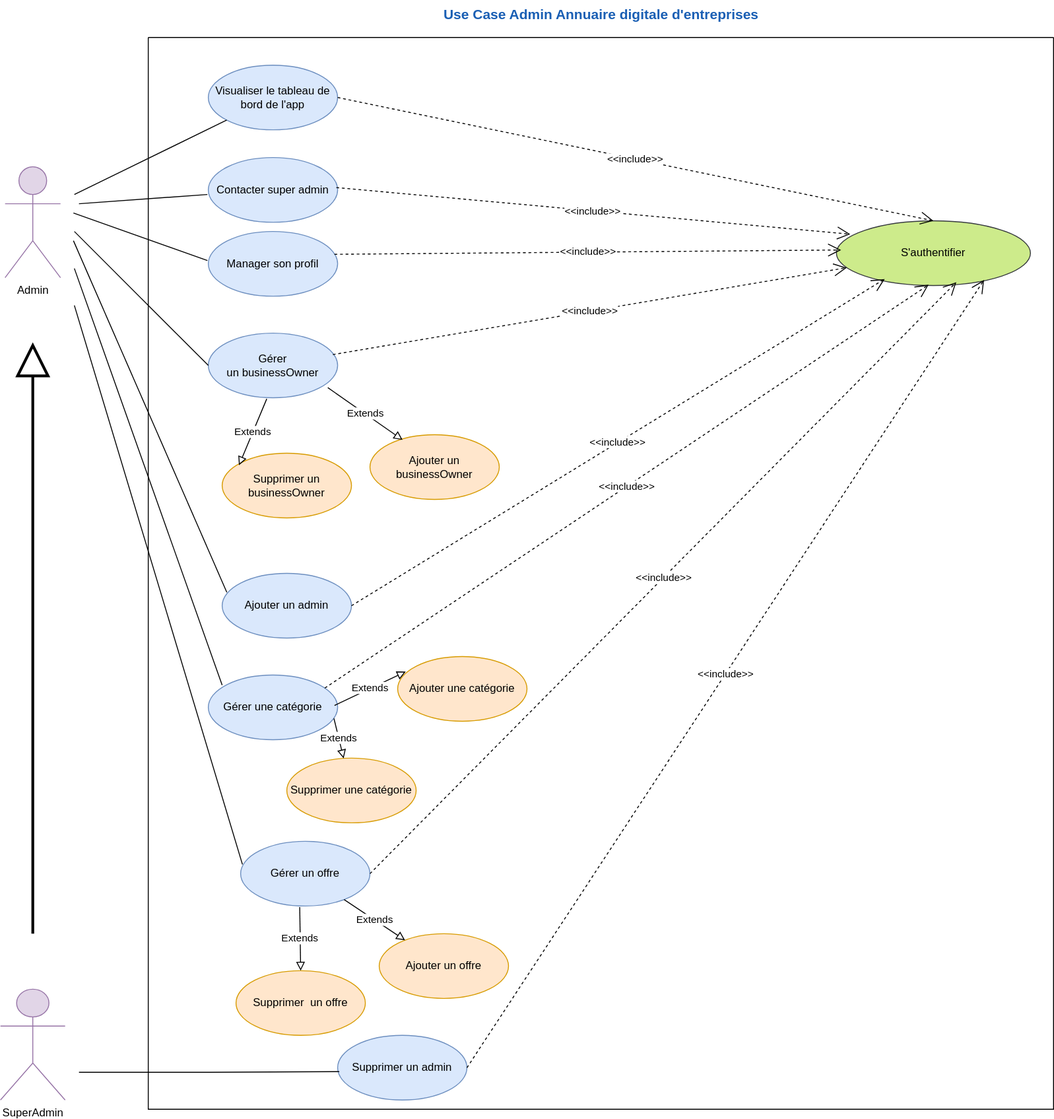
Above: 4. UseCase_Admin.drawio.svg in amine-elarass49/angular_doc (draw.io), before the change. Source tidied: cells renumbered, new cells last; positions are measured from the earlier drawing's top-left corner, leaving out a move shared by most shapes.
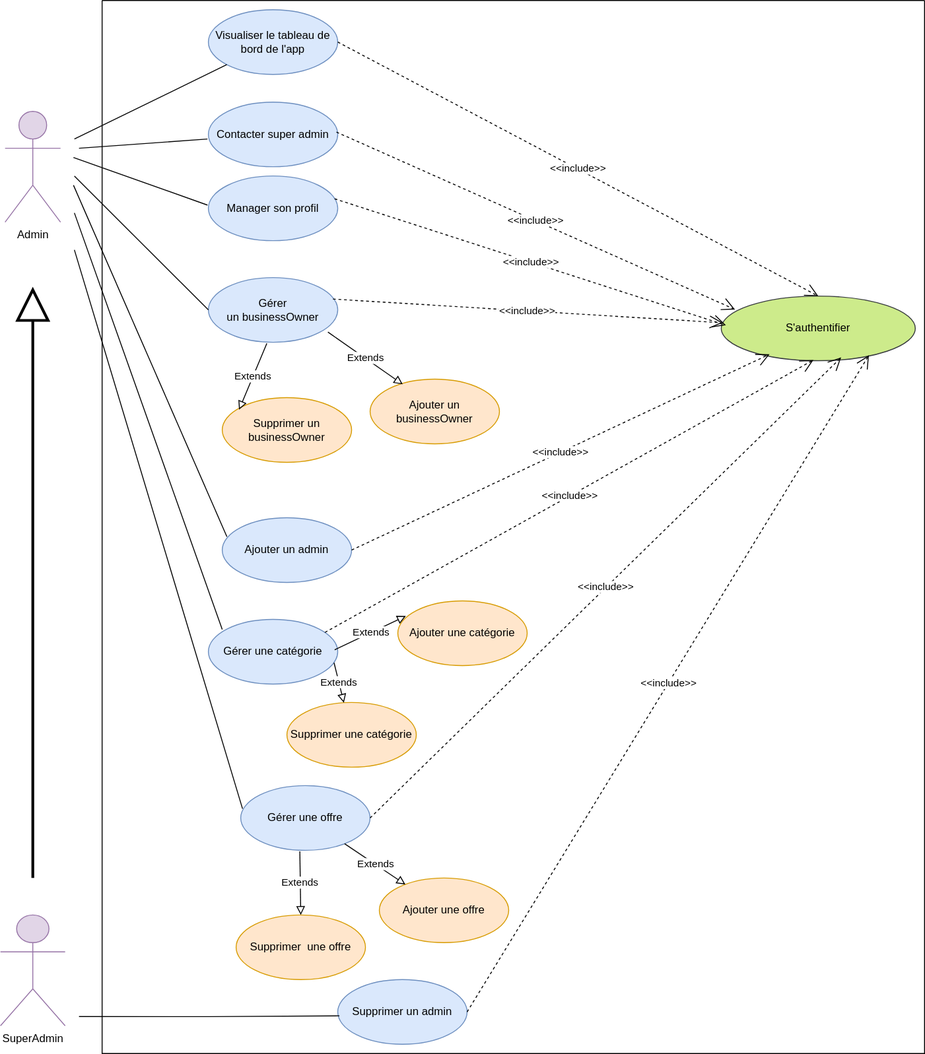
Above is the later version.

Diff of the diagram source:
```diff
@@ -3,103 +3,88 @@
     <mxCell id="0" />
     <mxCell id="1" parent="0" />
     <mxCell id="2" style="swimlane;startSize=0;" parent="1" vertex="1">
-      <mxGeometry x="160" y="40" width="980" height="1160" as="geometry" />
+      <mxGeometry x="160" y="40" width="890" height="1140" as="geometry" />
     </mxCell>
-    <mxCell id="3" value="S'authentifier" style="ellipse;whiteSpace=wrap;html=1;fillColor=#cdeb8b;strokeColor=#36393d;" parent="2" vertex="1">
-      <mxGeometry x="745" y="198.4" width="210" height="70" as="geometry" />
-    </mxCell>
     <mxCell id="4" value="Visualiser le tableau de bord de l'app" style="ellipse;whiteSpace=wrap;html=1;fillColor=#dae8fc;strokeColor=#6c8ebf;" parent="2" vertex="1">
-      <mxGeometry x="65" y="30" width="140" height="70" as="geometry" />
+      <mxGeometry x="115" y="10" width="140" height="70" as="geometry" />
     </mxCell>
     <mxCell id="5" style="endArrow=none;html=1;rounded=0;" parent="2" edge="1" target="4">
       <mxGeometry relative="1" as="geometry">
-        <mxPoint x="-80" y="170" as="sourcePoint" />
+        <mxPoint x="-30" y="150" as="sourcePoint" />
       </mxGeometry>
     </mxCell>
     <mxCell id="6" value="Supprimer un admin" style="ellipse;whiteSpace=wrap;html=1;fillColor=#dae8fc;strokeColor=#6c8ebf;" parent="2" vertex="1">
-      <mxGeometry x="205" y="1080" width="140" height="70" as="geometry" />
+      <mxGeometry x="255" y="1060" width="140" height="70" as="geometry" />
     </mxCell>
     <mxCell id="7" value="Contacter super admin" style="ellipse;whiteSpace=wrap;html=1;fillColor=#dae8fc;strokeColor=#6c8ebf;" parent="2" vertex="1">
-      <mxGeometry x="65" y="130" width="140" height="70" as="geometry" />
+      <mxGeometry x="115" y="110" width="140" height="70" as="geometry" />
     </mxCell>
     <mxCell id="8" style="endArrow=none;html=1;rounded=0;entryX=-0.007;entryY=0.571;entryDx=0;entryDy=0;entryPerimeter=0;" parent="2" edge="1" target="7">
       <mxGeometry relative="1" as="geometry">
-        <mxPoint x="-75" y="180" as="sourcePoint" />
+        <mxPoint x="-25" y="160" as="sourcePoint" />
       </mxGeometry>
     </mxCell>
     <mxCell id="9" value="Ajouter une catégorie" style="ellipse;whiteSpace=wrap;html=1;fillColor=#ffe6cc;strokeColor=#d79b00;" parent="2" vertex="1">
-      <mxGeometry x="270" y="670" width="140" height="70" as="geometry" />
+      <mxGeometry x="320" y="650" width="140" height="70" as="geometry" />
     </mxCell>
     <mxCell id="10" value="Manager son profil" style="ellipse;whiteSpace=wrap;html=1;fillColor=#dae8fc;strokeColor=#6c8ebf;" parent="2" vertex="1">
-      <mxGeometry x="65" y="210" width="140" height="70" as="geometry" />
+      <mxGeometry x="115" y="190" width="140" height="70" as="geometry" />
     </mxCell>
     <mxCell id="11" value="Ajouter un businessOwner" style="ellipse;whiteSpace=wrap;html=1;fillColor=#ffe6cc;strokeColor=#d79b00;" parent="2" vertex="1">
-      <mxGeometry x="240" y="430" width="140" height="70" as="geometry" />
+      <mxGeometry x="290" y="410" width="140" height="70" as="geometry" />
     </mxCell>
     <mxCell id="12" value="Supprimer un businessOwner" style="ellipse;whiteSpace=wrap;html=1;fillColor=#ffe6cc;strokeColor=#d79b00;" parent="2" vertex="1">
-      <mxGeometry x="80" y="450" width="140" height="70" as="geometry" />
+      <mxGeometry x="130" y="430" width="140" height="70" as="geometry" />
     </mxCell>
     <mxCell id="13" value="Ajouter un admin" style="ellipse;whiteSpace=wrap;html=1;fillColor=#dae8fc;strokeColor=#6c8ebf;" parent="2" vertex="1">
-      <mxGeometry x="80" y="580" width="140" height="70" as="geometry" />
+      <mxGeometry x="130" y="560" width="140" height="70" as="geometry" />
     </mxCell>
     <mxCell id="14" value="Supprimer une catégorie" style="ellipse;whiteSpace=wrap;html=1;fillColor=#ffe6cc;strokeColor=#d79b00;" parent="2" vertex="1">
-      <mxGeometry x="150" y="780" width="140" height="70" as="geometry" />
+      <mxGeometry x="200" y="760" width="140" height="70" as="geometry" />
     </mxCell>
-    <mxCell id="15" value="Gérer un offre" style="ellipse;whiteSpace=wrap;html=1;fillColor=#dae8fc;strokeColor=#6c8ebf;" parent="2" vertex="1">
-      <mxGeometry x="100" y="870" width="140" height="70" as="geometry" />
+    <mxCell id="15" value="Gérer une offre" style="ellipse;whiteSpace=wrap;html=1;fillColor=#dae8fc;strokeColor=#6c8ebf;" parent="2" vertex="1">
+      <mxGeometry x="150" y="850" width="140" height="70" as="geometry" />
     </mxCell>
-    <mxCell id="16" value="Ajouter un offre" style="ellipse;whiteSpace=wrap;html=1;fillColor=#ffe6cc;strokeColor=#d79b00;" parent="2" vertex="1">
-      <mxGeometry x="250" y="970" width="140" height="70" as="geometry" />
+    <mxCell id="16" value="Ajouter une offre" style="ellipse;whiteSpace=wrap;html=1;fillColor=#ffe6cc;strokeColor=#d79b00;" parent="2" vertex="1">
+      <mxGeometry x="300" y="950" width="140" height="70" as="geometry" />
     </mxCell>
-    <mxCell id="17" value="Supprimer&amp;nbsp; un offre" style="ellipse;whiteSpace=wrap;html=1;fillColor=#ffe6cc;strokeColor=#d79b00;" parent="2" vertex="1">
-      <mxGeometry x="95" y="1010" width="140" height="70" as="geometry" />
+    <mxCell id="17" value="Supprimer&amp;nbsp; une offre" style="ellipse;whiteSpace=wrap;html=1;fillColor=#ffe6cc;strokeColor=#d79b00;" parent="2" vertex="1">
+      <mxGeometry x="145" y="990" width="140" height="70" as="geometry" />
     </mxCell>
-    <mxCell id="18" value="&amp;lt;&amp;lt;include&amp;gt;&amp;gt;" style="endArrow=open;endSize=12;dashed=1;html=1;rounded=0;exitX=0.976;exitY=0.353;exitDx=0;exitDy=0;exitPerimeter=0;entryX=0.024;entryY=0.451;entryDx=0;entryDy=0;entryPerimeter=0;" parent="2" edge="1" source="10" target="3">
-      <mxGeometry relative="1" as="geometry" />
-    </mxCell>
-    <mxCell id="19" value="&amp;lt;&amp;lt;include&amp;gt;&amp;gt;" style="endArrow=open;endSize=12;dashed=1;html=1;rounded=0;exitX=1;exitY=0.5;exitDx=0;exitDy=0;entryX=0.5;entryY=0;entryDx=0;entryDy=0;" parent="2" edge="1" source="4" target="3">
-      <mxGeometry relative="1" as="geometry" />
-    </mxCell>
-    <mxCell id="20" value="&amp;lt;&amp;lt;include&amp;gt;&amp;gt;" style="endArrow=open;endSize=12;dashed=1;html=1;rounded=0;exitX=0.99;exitY=0.464;exitDx=0;exitDy=0;exitPerimeter=0;entryX=0.071;entryY=0.207;entryDx=0;entryDy=0;entryPerimeter=0;" parent="2" edge="1" source="7" target="3">
-      <mxGeometry relative="1" as="geometry" />
-    </mxCell>
-    <mxCell id="21" value="SuperAdmin" style="shape=umlActor;verticalLabelPosition=bottom;verticalAlign=top;html=1;fillColor=#e1d5e7;strokeColor=#9673a6;" parent="2" vertex="1">
-      <mxGeometry x="-160" y="1030" width="70" height="120" as="geometry" />
-    </mxCell>
     <mxCell id="22" style="endArrow=block;endFill=0;html=1;rounded=0;strokeWidth=3;jumpSize=4;startSize=21;endSize=30;" parent="2" edge="1">
       <mxGeometry relative="1" as="geometry">
-        <mxPoint x="-125" y="970" as="sourcePoint" />
-        <mxPoint x="-125" y="330" as="targetPoint" />
+        <mxPoint x="-75" y="950" as="sourcePoint" />
+        <mxPoint x="-75" y="310" as="targetPoint" />
       </mxGeometry>
     </mxCell>
     <mxCell id="23" style="endArrow=none;html=1;rounded=0;entryX=-0.007;entryY=0.45;entryDx=0;entryDy=0;entryPerimeter=0;" parent="2" edge="1" target="10">
       <mxGeometry relative="1" as="geometry">
-        <mxPoint x="-81" y="190" as="sourcePoint" />
+        <mxPoint x="-31" y="170" as="sourcePoint" />
       </mxGeometry>
     </mxCell>
     <mxCell id="24" style="endArrow=none;html=1;rounded=0;entryX=0.036;entryY=0.293;entryDx=0;entryDy=0;entryPerimeter=0;" parent="2" edge="1" target="13">
       <mxGeometry relative="1" as="geometry">
-        <mxPoint x="-81" y="220" as="sourcePoint" />
+        <mxPoint x="-31" y="200" as="sourcePoint" />
       </mxGeometry>
     </mxCell>
     <mxCell id="25" style="endArrow=none;html=1;rounded=0;entryX=0.014;entryY=0.357;entryDx=0;entryDy=0;entryPerimeter=0;" parent="2" edge="1" target="15">
       <mxGeometry relative="1" as="geometry">
-        <mxPoint x="-80" y="290" as="sourcePoint" />
+        <mxPoint x="-30" y="270" as="sourcePoint" />
       </mxGeometry>
     </mxCell>
     <mxCell id="26" style="endArrow=none;html=1;edgeStyle=orthogonalEdgeStyle;rounded=0;entryX=0.013;entryY=0.56;entryDx=0;entryDy=0;entryPerimeter=0;" parent="2" edge="1" target="6">
       <mxGeometry relative="1" as="geometry">
-        <mxPoint x="-75" y="1120" as="sourcePoint" />
+        <mxPoint x="-25" y="1100" as="sourcePoint" />
         <Array as="points">
-          <mxPoint x="66" y="1120" />
+          <mxPoint x="116" y="1100" />
         </Array>
       </mxGeometry>
     </mxCell>
     <mxCell id="27" value="Gérer une catégorie" style="ellipse;whiteSpace=wrap;html=1;fillColor=#dae8fc;strokeColor=#6c8ebf;" parent="2" vertex="1">
-      <mxGeometry x="65" y="690" width="140" height="70" as="geometry" />
+      <mxGeometry x="115" y="670" width="140" height="70" as="geometry" />
     </mxCell>
     <mxCell id="28" value="&lt;div&gt;Gérer&lt;/div&gt;&lt;div&gt; un businessOwner&lt;/div&gt;" style="ellipse;whiteSpace=wrap;html=1;fillColor=#dae8fc;strokeColor=#6c8ebf;" parent="2" vertex="1">
-      <mxGeometry x="65" y="320" width="140" height="70" as="geometry" />
+      <mxGeometry x="115" y="300" width="140" height="70" as="geometry" />
     </mxCell>
     <mxCell id="29" value="Extends" style="endArrow=block;endSize=7;endFill=0;html=1;rounded=0;entryX=0.13;entryY=0.186;entryDx=0;entryDy=0;entryPerimeter=0;exitX=0.452;exitY=1.016;exitDx=0;exitDy=0;exitPerimeter=0;" parent="2" edge="1" source="28" target="12">
       <mxGeometry relative="1" as="geometry" />
@@ -109,12 +94,44 @@
     </mxCell>
     <mxCell id="31" value="Extends" style="endArrow=block;endSize=7;endFill=0;html=1;rounded=0;exitX=0.726;exitY=0.971;exitDx=0;exitDy=0;exitPerimeter=0;" parent="2" edge="1" target="14">
       <mxGeometry relative="1" as="geometry">
-        <mxPoint x="201" y="737" as="sourcePoint" />
+        <mxPoint x="251" y="717" as="sourcePoint" />
       </mxGeometry>
     </mxCell>
     <mxCell id="32" value="Extends" style="endArrow=block;endSize=7;endFill=0;html=1;rounded=0;entryX=0.062;entryY=0.233;entryDx=0;entryDy=0;entryPerimeter=0;exitX=0.976;exitY=0.471;exitDx=0;exitDy=0;exitPerimeter=0;" parent="2" edge="1" source="27" target="9">
       <mxGeometry relative="1" as="geometry" />
     </mxCell>
+    <mxCell id="37" style="endArrow=none;html=1;rounded=0;entryX=0.036;entryY=0.293;entryDx=0;entryDy=0;entryPerimeter=0;" parent="2" edge="1">
+      <mxGeometry relative="1" as="geometry">
+        <mxPoint x="-30" y="230" as="sourcePoint" />
+        <mxPoint x="130" y="681" as="targetPoint" />
+      </mxGeometry>
+    </mxCell>
+    <mxCell id="39" value="Extends" style="endArrow=block;endSize=7;endFill=0;html=1;rounded=0;exitX=0.457;exitY=1.017;exitDx=0;exitDy=0;exitPerimeter=0;entryX=0.5;entryY=0;entryDx=0;entryDy=0;" parent="2" edge="1" source="15" target="17">
+      <mxGeometry relative="1" as="geometry" />
+    </mxCell>
+    <mxCell id="40" value="Extends" style="endArrow=block;endSize=7;endFill=0;html=1;rounded=0;" parent="2" edge="1" source="15" target="16">
+      <mxGeometry relative="1" as="geometry" />
+    </mxCell>
+    <mxCell id="41" style="endArrow=none;html=1;rounded=0;entryX=0;entryY=0.5;entryDx=0;entryDy=0;" parent="2" edge="1" target="28">
+      <mxGeometry relative="1" as="geometry">
+        <mxPoint x="-30" y="190" as="sourcePoint" />
+      </mxGeometry>
+    </mxCell>
+    <mxCell id="42" value="Admin" style="shape=umlActor;verticalLabelPosition=bottom;verticalAlign=top;html=1;fillColor=#e1d5e7;strokeColor=#9673a6;" parent="2" vertex="1">
+      <mxGeometry x="-105" y="120" width="60" height="120" as="geometry" />
+    </mxCell>
+    <mxCell id="3" value="S'authentifier" style="ellipse;whiteSpace=wrap;html=1;fillColor=#cdeb8b;strokeColor=#36393d;" parent="2" vertex="1">
+      <mxGeometry x="670" y="320" width="210" height="70" as="geometry" />
+    </mxCell>
+    <mxCell id="18" value="&amp;lt;&amp;lt;include&amp;gt;&amp;gt;" style="endArrow=open;endSize=12;dashed=1;html=1;rounded=0;exitX=0.976;exitY=0.353;exitDx=0;exitDy=0;exitPerimeter=0;entryX=0.024;entryY=0.451;entryDx=0;entryDy=0;entryPerimeter=0;" parent="2" edge="1" source="10" target="3">
+      <mxGeometry relative="1" as="geometry" />
+    </mxCell>
+    <mxCell id="19" value="&amp;lt;&amp;lt;include&amp;gt;&amp;gt;" style="endArrow=open;endSize=12;dashed=1;html=1;rounded=0;exitX=1;exitY=0.5;exitDx=0;exitDy=0;entryX=0.5;entryY=0;entryDx=0;entryDy=0;" parent="2" edge="1" source="4" target="3">
+      <mxGeometry relative="1" as="geometry" />
+    </mxCell>
+    <mxCell id="20" value="&amp;lt;&amp;lt;include&amp;gt;&amp;gt;" style="endArrow=open;endSize=12;dashed=1;html=1;rounded=0;exitX=0.99;exitY=0.464;exitDx=0;exitDy=0;exitPerimeter=0;entryX=0.071;entryY=0.207;entryDx=0;entryDy=0;entryPerimeter=0;" parent="2" edge="1" source="7" target="3">
+      <mxGeometry relative="1" as="geometry" />
+    </mxCell>
     <mxCell id="33" value="&amp;lt;&amp;lt;include&amp;gt;&amp;gt;" style="endArrow=open;endSize=12;dashed=1;html=1;rounded=0;exitX=0.963;exitY=0.332;exitDx=0;exitDy=0;exitPerimeter=0;" parent="2" edge="1" source="28" target="3">
       <mxGeometry relative="1" as="geometry" />
     </mxCell>
@@ -127,31 +144,11 @@
     <mxCell id="36" value="&amp;lt;&amp;lt;include&amp;gt;&amp;gt;" style="endArrow=open;endSize=12;dashed=1;html=1;rounded=0;entryX=0.475;entryY=0.989;entryDx=0;entryDy=0;entryPerimeter=0;exitX=0.901;exitY=0.202;exitDx=0;exitDy=0;exitPerimeter=0;" parent="2" edge="1" source="27" target="3">
       <mxGeometry relative="1" as="geometry" />
     </mxCell>
-    <mxCell id="37" style="endArrow=none;html=1;rounded=0;entryX=0.036;entryY=0.293;entryDx=0;entryDy=0;entryPerimeter=0;" parent="2" edge="1">
-      <mxGeometry relative="1" as="geometry">
-        <mxPoint x="-80" y="250" as="sourcePoint" />
-        <mxPoint x="80" y="701" as="targetPoint" />
-      </mxGeometry>
-    </mxCell>
     <mxCell id="38" value="&amp;lt;&amp;lt;include&amp;gt;&amp;gt;" style="endArrow=open;endSize=12;dashed=1;html=1;rounded=0;entryX=0.618;entryY=0.949;entryDx=0;entryDy=0;entryPerimeter=0;exitX=1;exitY=0.5;exitDx=0;exitDy=0;" parent="2" edge="1" source="15" target="3">
       <mxGeometry relative="1" as="geometry" />
     </mxCell>
-    <mxCell id="39" value="Extends" style="endArrow=block;endSize=7;endFill=0;html=1;rounded=0;exitX=0.457;exitY=1.017;exitDx=0;exitDy=0;exitPerimeter=0;entryX=0.5;entryY=0;entryDx=0;entryDy=0;" parent="2" edge="1" source="15" target="17">
-      <mxGeometry relative="1" as="geometry" />
-    </mxCell>
-    <mxCell id="40" value="Extends" style="endArrow=block;endSize=7;endFill=0;html=1;rounded=0;" parent="2" edge="1" source="15" target="16">
-      <mxGeometry relative="1" as="geometry" />
-    </mxCell>
-    <mxCell id="41" style="endArrow=none;html=1;rounded=0;entryX=0;entryY=0.5;entryDx=0;entryDy=0;" parent="2" edge="1" target="28">
-      <mxGeometry relative="1" as="geometry">
-        <mxPoint x="-80" y="210" as="sourcePoint" />
-      </mxGeometry>
-    </mxCell>
-    <mxCell id="42" value="Admin" style="shape=umlActor;verticalLabelPosition=bottom;verticalAlign=top;html=1;fillColor=#e1d5e7;strokeColor=#9673a6;" parent="2" vertex="1">
-      <mxGeometry x="-155" y="140" width="60" height="120" as="geometry" />
-    </mxCell>
-    <mxCell id="43" value="&lt;b&gt;&lt;font style=&quot;font-size: 15px;&quot; color=&quot;#1a5fb4&quot;&gt;Use Case Admin Annuaire digitale d'entreprises&lt;/font&gt;&lt;/b&gt;" style="text;html=1;align=center;verticalAlign=middle;strokeColor=none;fillColor=none;" parent="1" vertex="1">
-      <mxGeometry x="465" width="370" height="30" as="geometry" />
-    </mxCell>
+    <mxCell id="21" value="SuperAdmin" style="shape=umlActor;verticalLabelPosition=bottom;verticalAlign=top;html=1;fillColor=#e1d5e7;strokeColor=#9673a6;" parent="1" vertex="1">
+      <mxGeometry x="50" y="1030" width="70" height="120" as="geometry" />
+    </mxCell>
   </root>
 </mxGraphModel>
```
